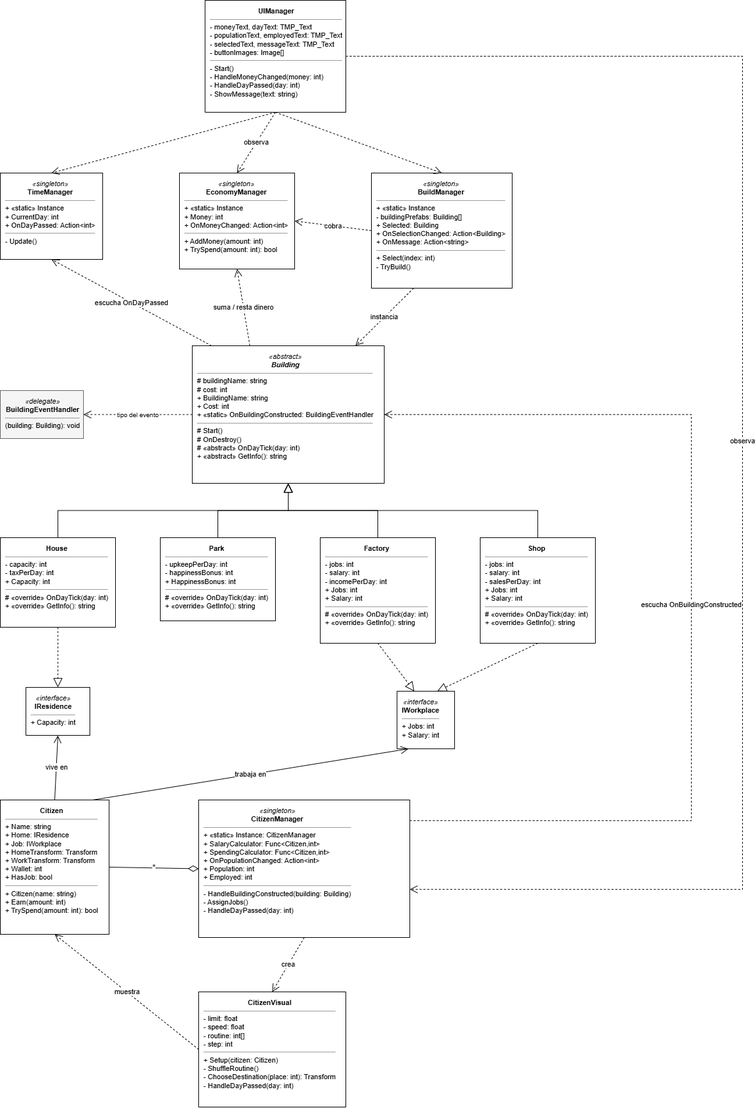
Earlier version of the draw.io export Docs/DIAGRAMA DE CLASES-EXAMEN INDIVIDUAL.drawio.png (JehuRodriguez/CitySim). Source tidied: cells renumbered, new cells last; positions are measured from the earlier drawing's top-left corner, leaving out a move shared by most shapes.
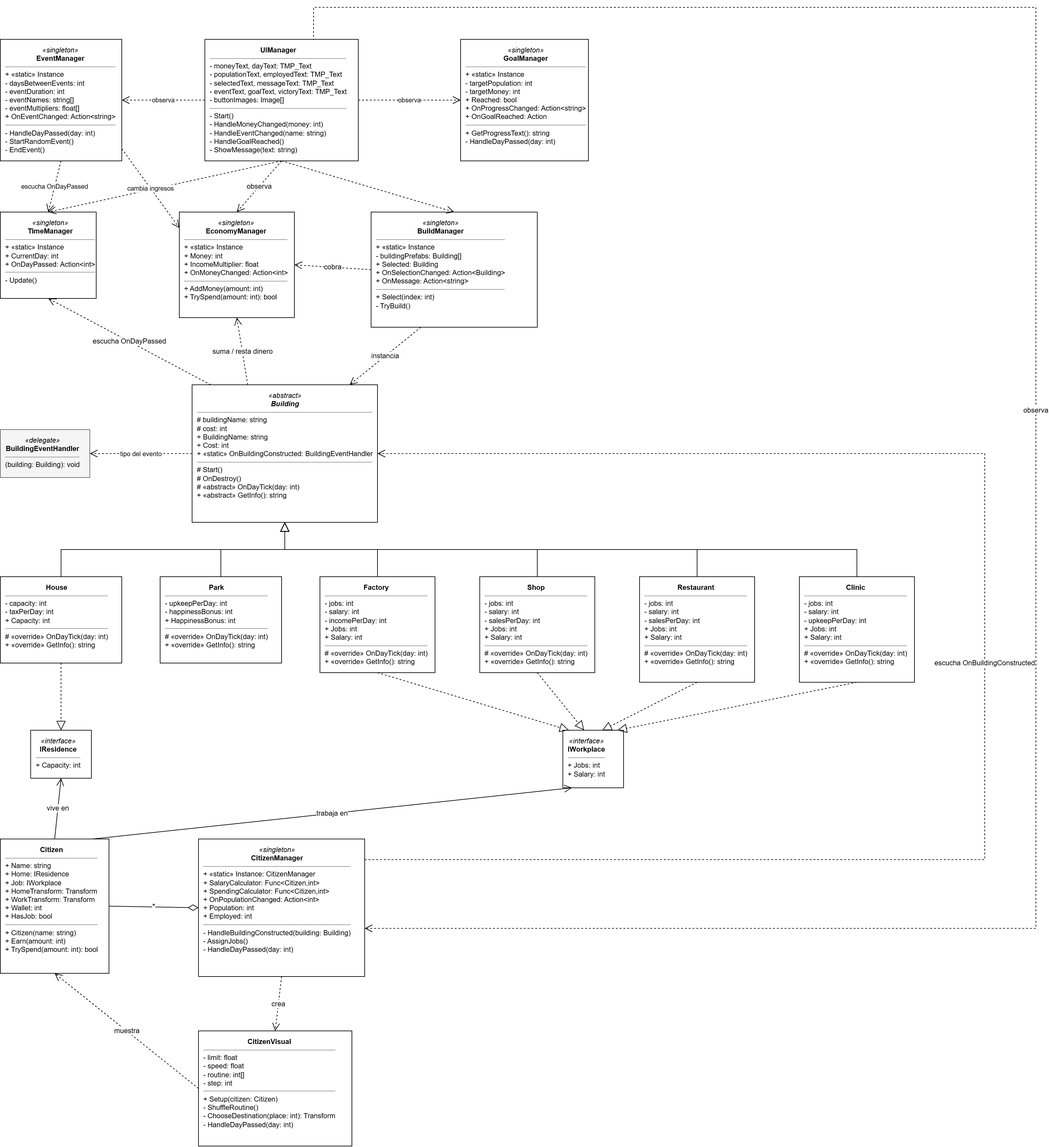
Later version of the same file.

Commit message:
docs: update class diagram and README

Diff of the diagram source:
```diff
@@ -2,50 +2,62 @@
   <root>
     <mxCell id="0" />
     <mxCell id="1" parent="0" />
-    <mxCell id="2" value="&lt;div style='text-align:center'&gt;&lt;b&gt;UIManager&lt;/b&gt;&lt;/div&gt;&lt;hr size='1'&gt;- moneyText, dayText: TMP_Text&lt;br&gt;- populationText, employedText: TMP_Text&lt;br&gt;- selectedText, messageText: TMP_Text&lt;br&gt;- buttonImages: Image[]&lt;hr size='1'&gt;- Start()&lt;br&gt;- HandleMoneyChanged(money: int)&lt;br&gt;- HandleDayPassed(day: int)&lt;br&gt;- ShowMessage(text: string)" style="rounded=0;whiteSpace=wrap;html=1;align=left;verticalAlign=top;spacingLeft=6;spacingTop=4;fontSize=11;" parent="1" vertex="1">
-      <mxGeometry x="320" width="220" height="175" as="geometry" />
+    <mxCell id="2" value="&lt;div style='text-align:center'&gt;&lt;b&gt;UIManager&lt;/b&gt;&lt;/div&gt;&lt;hr size='1'&gt;- moneyText, dayText: TMP_Text&lt;br&gt;- populationText, employedText: TMP_Text&lt;br&gt;- selectedText, messageText: TMP_Text&lt;br&gt;- eventText, goalText, victoryText: TMP_Text&lt;br&gt;- buttonImages: Image[]&lt;hr size='1'&gt;- Start()&lt;br&gt;- HandleMoneyChanged(money: int)&lt;br&gt;- HandleEventChanged(name: string)&lt;br&gt;- HandleGoalReached()&lt;br&gt;- ShowMessage(text: string)" style="rounded=0;whiteSpace=wrap;html=1;align=left;verticalAlign=top;spacingLeft=6;spacingTop=4;fontSize=11;" parent="1" vertex="1">
+      <mxGeometry x="320" width="240" height="190" as="geometry" />
     </mxCell>
+    <mxCell id="39" value="&lt;div style='text-align:center'&gt;&lt;i&gt;«singleton»&lt;/i&gt;&lt;br&gt;&lt;b&gt;EventManager&lt;/b&gt;&lt;/div&gt;&lt;hr size='1'&gt;+ «static» Instance&lt;br&gt;- daysBetweenEvents: int&lt;br&gt;- eventDuration: int&lt;br&gt;- eventNames: string[]&lt;br&gt;- eventMultipliers: float[]&lt;br&gt;+ OnEventChanged: Action&amp;lt;string&amp;gt;&lt;hr size='1'&gt;- HandleDayPassed(day: int)&lt;br&gt;- StartRandomEvent()&lt;br&gt;- EndEvent()" style="rounded=0;whiteSpace=wrap;html=1;align=left;verticalAlign=top;spacingLeft=6;spacingTop=4;fontSize=11;" parent="1" vertex="1">
+      <mxGeometry width="190" height="190" as="geometry" />
+    </mxCell>
+    <mxCell id="40" value="&lt;div style='text-align:center'&gt;&lt;i&gt;«singleton»&lt;/i&gt;&lt;br&gt;&lt;b&gt;GoalManager&lt;/b&gt;&lt;/div&gt;&lt;hr size='1'&gt;+ «static» Instance&lt;br&gt;- targetPopulation: int&lt;br&gt;- targetMoney: int&lt;br&gt;+ Reached: bool&lt;br&gt;+ OnProgressChanged: Action&amp;lt;string&amp;gt;&lt;br&gt;+ OnGoalReached: Action&lt;hr size='1'&gt;+ GetProgressText(): string&lt;br&gt;- HandleDayPassed(day: int)" style="rounded=0;whiteSpace=wrap;html=1;align=left;verticalAlign=top;spacingLeft=6;spacingTop=4;fontSize=11;" parent="1" vertex="1">
+      <mxGeometry x="720" width="200" height="190" as="geometry" />
+    </mxCell>
     <mxCell id="3" value="&lt;div style='text-align:center'&gt;&lt;i&gt;«singleton»&lt;/i&gt;&lt;br&gt;&lt;b&gt;TimeManager&lt;/b&gt;&lt;/div&gt;&lt;hr size='1'&gt;+ «static» Instance&lt;br&gt;+ CurrentDay: int&lt;br&gt;+ OnDayPassed: Action&amp;lt;int&amp;gt;&lt;hr size='1'&gt;- Update()" style="rounded=0;whiteSpace=wrap;html=1;align=left;verticalAlign=top;spacingLeft=6;spacingTop=4;fontSize=11;" parent="1" vertex="1">
-      <mxGeometry y="270" width="160" height="135" as="geometry" />
+      <mxGeometry y="270" width="150" height="135" as="geometry" />
     </mxCell>
-    <mxCell id="4" value="&lt;div style='text-align:center'&gt;&lt;i&gt;«singleton»&lt;/i&gt;&lt;br&gt;&lt;b&gt;EconomyManager&lt;/b&gt;&lt;/div&gt;&lt;hr size='1'&gt;+ «static» Instance&lt;br&gt;+ Money: int&lt;br&gt;+ OnMoneyChanged: Action&amp;lt;int&amp;gt;&lt;hr size='1'&gt;+ AddMoney(amount: int)&lt;br&gt;+ TrySpend(amount: int): bool" style="rounded=0;whiteSpace=wrap;html=1;align=left;verticalAlign=top;spacingLeft=6;spacingTop=4;fontSize=11;" parent="1" vertex="1">
-      <mxGeometry x="280" y="270" width="180" height="150" as="geometry" />
+    <mxCell id="4" value="&lt;div style='text-align:center'&gt;&lt;i&gt;«singleton»&lt;/i&gt;&lt;br&gt;&lt;b&gt;EconomyManager&lt;/b&gt;&lt;/div&gt;&lt;hr size='1'&gt;+ «static» Instance&lt;br&gt;+ Money: int&lt;br&gt;+ IncomeMultiplier: float&lt;br&gt;+ OnMoneyChanged: Action&amp;lt;int&amp;gt;&lt;hr size='1'&gt;+ AddMoney(amount: int)&lt;br&gt;+ TrySpend(amount: int): bool" style="rounded=0;whiteSpace=wrap;html=1;align=left;verticalAlign=top;spacingLeft=6;spacingTop=4;fontSize=11;" parent="1" vertex="1">
+      <mxGeometry x="280" y="270" width="180" height="165" as="geometry" />
     </mxCell>
     <mxCell id="5" value="&lt;div style='text-align:center'&gt;&lt;i&gt;«singleton»&lt;/i&gt;&lt;br&gt;&lt;b&gt;BuildManager&lt;/b&gt;&lt;/div&gt;&lt;hr size='1'&gt;+ «static» Instance&lt;br&gt;- buildingPrefabs: Building[]&lt;br&gt;+ Selected: Building&lt;br&gt;+ OnSelectionChanged: Action&amp;lt;Building&amp;gt;&lt;br&gt;+ OnMessage: Action&amp;lt;string&amp;gt;&lt;hr size='1'&gt;+ Select(index: int)&lt;br&gt;- TryBuild()" style="rounded=0;whiteSpace=wrap;html=1;align=left;verticalAlign=top;spacingLeft=6;spacingTop=4;fontSize=11;" parent="1" vertex="1">
-      <mxGeometry x="580" y="270" width="220" height="180" as="geometry" />
+      <mxGeometry x="580" y="270" width="260" height="180" as="geometry" />
     </mxCell>
     <mxCell id="6" value="&lt;div style='text-align:center'&gt;&lt;i&gt;«delegate»&lt;/i&gt;&lt;br&gt;&lt;b&gt;BuildingEventHandler&lt;/b&gt;&lt;/div&gt;&lt;hr size='1'&gt;(building: Building): void" style="rounded=0;whiteSpace=wrap;html=1;align=left;verticalAlign=top;spacingLeft=6;spacingTop=4;fontSize=11;fillColor=#f5f5f5;strokeColor=#666666;" parent="1" vertex="1">
-      <mxGeometry y="610" width="130" height="75" as="geometry" />
+      <mxGeometry y="610" width="140" height="75" as="geometry" />
     </mxCell>
     <mxCell id="7" value="&lt;div style='text-align:center'&gt;&lt;i&gt;«abstract»&lt;/i&gt;&lt;br&gt;&lt;b&gt;&lt;i&gt;Building&lt;/i&gt;&lt;/b&gt;&lt;/div&gt;&lt;hr size='1'&gt;# buildingName: string&lt;br&gt;# cost: int&lt;br&gt;+ BuildingName: string&lt;br&gt;+ Cost: int&lt;br&gt;+ «static» OnBuildingConstructed: BuildingEventHandler&lt;hr size='1'&gt;# Start()&lt;br&gt;# OnDestroy()&lt;br&gt;# «abstract» OnDayTick(day: int)&lt;br&gt;+ «abstract» GetInfo(): string" style="rounded=0;whiteSpace=wrap;html=1;align=left;verticalAlign=top;spacingLeft=6;spacingTop=4;fontSize=11;" parent="1" vertex="1">
-      <mxGeometry x="300" y="540" width="300" height="215" as="geometry" />
+      <mxGeometry x="300" y="540" width="290" height="215" as="geometry" />
     </mxCell>
     <mxCell id="8" value="&lt;div style='text-align:center'&gt;&lt;b&gt;House&lt;/b&gt;&lt;/div&gt;&lt;hr size='1'&gt;- capacity: int&lt;br&gt;- taxPerDay: int&lt;br&gt;+ Capacity: int&lt;hr size='1'&gt;# «override» OnDayTick(day: int)&lt;br&gt;+ «override» GetInfo(): string" style="rounded=0;whiteSpace=wrap;html=1;align=left;verticalAlign=top;spacingLeft=6;spacingTop=4;fontSize=11;" parent="1" vertex="1">
-      <mxGeometry y="840" width="180" height="140" as="geometry" />
+      <mxGeometry y="840" width="190" height="135" as="geometry" />
     </mxCell>
     <mxCell id="9" value="&lt;div style='text-align:center'&gt;&lt;b&gt;Park&lt;/b&gt;&lt;/div&gt;&lt;hr size='1'&gt;- upkeepPerDay: int&lt;br&gt;- happinessBonus: int&lt;br&gt;+ HappinessBonus: int&lt;hr size='1'&gt;# «override» OnDayTick(day: int)&lt;br&gt;+ «override» GetInfo(): string" style="rounded=0;whiteSpace=wrap;html=1;align=left;verticalAlign=top;spacingLeft=6;spacingTop=4;fontSize=11;" parent="1" vertex="1">
-      <mxGeometry x="250" y="840" width="180" height="130" as="geometry" />
+      <mxGeometry x="250" y="840" width="190" height="135" as="geometry" />
     </mxCell>
     <mxCell id="10" value="&lt;div style='text-align:center'&gt;&lt;b&gt;Factory&lt;/b&gt;&lt;/div&gt;&lt;hr size='1'&gt;- jobs: int&lt;br&gt;- salary: int&lt;br&gt;- incomePerDay: int&lt;br&gt;+ Jobs: int&lt;br&gt;+ Salary: int&lt;hr size='1'&gt;# «override» OnDayTick(day: int)&lt;br&gt;+ «override» GetInfo(): string" style="rounded=0;whiteSpace=wrap;html=1;align=left;verticalAlign=top;spacingLeft=6;spacingTop=4;fontSize=11;" parent="1" vertex="1">
-      <mxGeometry x="500" y="840" width="180" height="165" as="geometry" />
+      <mxGeometry x="500" y="840" width="180" height="150" as="geometry" />
     </mxCell>
     <mxCell id="11" value="&lt;div style='text-align:center'&gt;&lt;b&gt;Shop&lt;/b&gt;&lt;/div&gt;&lt;hr size='1'&gt;- jobs: int&lt;br&gt;- salary: int&lt;br&gt;- salesPerDay: int&lt;br&gt;+ Jobs: int&lt;br&gt;+ Salary: int&lt;hr size='1'&gt;# «override» OnDayTick(day: int)&lt;br&gt;+ «override» GetInfo(): string" style="rounded=0;whiteSpace=wrap;html=1;align=left;verticalAlign=top;spacingLeft=6;spacingTop=4;fontSize=11;" parent="1" vertex="1">
-      <mxGeometry x="750" y="840" width="180" height="165" as="geometry" />
+      <mxGeometry x="750" y="840" width="180" height="150" as="geometry" />
     </mxCell>
+    <mxCell id="41" value="&lt;div style='text-align:center'&gt;&lt;b&gt;Restaurant&lt;/b&gt;&lt;/div&gt;&lt;hr size='1'&gt;- jobs: int&lt;br&gt;- salary: int&lt;br&gt;- salesPerDay: int&lt;br&gt;+ Jobs: int&lt;br&gt;+ Salary: int&lt;hr size='1'&gt;# «override» OnDayTick(day: int)&lt;br&gt;+ «override» GetInfo(): string" style="rounded=0;whiteSpace=wrap;html=1;align=left;verticalAlign=top;spacingLeft=6;spacingTop=4;fontSize=11;" parent="1" vertex="1">
+      <mxGeometry x="1000" y="840" width="180" height="165" as="geometry" />
+    </mxCell>
+    <mxCell id="42" value="&lt;div style='text-align:center'&gt;&lt;b&gt;Clinic&lt;/b&gt;&lt;/div&gt;&lt;hr size='1'&gt;- jobs: int&lt;br&gt;- salary: int&lt;br&gt;- upkeepPerDay: int&lt;br&gt;+ Jobs: int&lt;br&gt;+ Salary: int&lt;hr size='1'&gt;# «override» OnDayTick(day: int)&lt;br&gt;+ «override» GetInfo(): string" style="rounded=0;whiteSpace=wrap;html=1;align=left;verticalAlign=top;spacingLeft=6;spacingTop=4;fontSize=11;" parent="1" vertex="1">
+      <mxGeometry x="1250" y="840" width="180" height="165" as="geometry" />
+    </mxCell>
     <mxCell id="12" value="&lt;div style='text-align:center'&gt;&lt;i&gt;«interface»&lt;/i&gt;&lt;br&gt;&lt;b&gt;IResidence&lt;/b&gt;&lt;/div&gt;&lt;hr size='1'&gt;+ Capacity: int" style="rounded=0;whiteSpace=wrap;html=1;align=left;verticalAlign=top;spacingLeft=6;spacingTop=4;fontSize=11;" parent="1" vertex="1">
-      <mxGeometry x="40" y="1074" width="100" height="75" as="geometry" />
+      <mxGeometry x="47.5" y="1080" width="95" height="75" as="geometry" />
     </mxCell>
     <mxCell id="13" value="&lt;div style='text-align:center'&gt;&lt;i&gt;«interface»&lt;/i&gt;&lt;br&gt;&lt;b&gt;IWorkplace&lt;/b&gt;&lt;/div&gt;&lt;hr size='1'&gt;+ Jobs: int&lt;br&gt;+ Salary: int" style="rounded=0;whiteSpace=wrap;html=1;align=left;verticalAlign=top;spacingLeft=6;spacingTop=4;fontSize=11;" parent="1" vertex="1">
-      <mxGeometry x="620" y="1080" width="90" height="90" as="geometry" />
+      <mxGeometry x="880" y="1080" width="95" height="90" as="geometry" />
     </mxCell>
     <mxCell id="14" value="&lt;div style='text-align:center'&gt;&lt;b&gt;Citizen&lt;/b&gt;&lt;/div&gt;&lt;hr size='1'&gt;+ Name: string&lt;br&gt;+ Home: IResidence&lt;br&gt;+ Job: IWorkplace&lt;br&gt;+ HomeTransform: Transform&lt;br&gt;+ WorkTransform: Transform&lt;br&gt;+ Wallet: int&lt;br&gt;+ HasJob: bool&lt;hr size='1'&gt;+ Citizen(name: string)&lt;br&gt;+ Earn(amount: int)&lt;br&gt;+ TrySpend(amount: int): bool" style="rounded=0;whiteSpace=wrap;html=1;align=left;verticalAlign=top;spacingLeft=6;spacingTop=4;fontSize=11;" parent="1" vertex="1">
       <mxGeometry y="1250" width="170" height="210" as="geometry" />
     </mxCell>
     <mxCell id="15" value="&lt;div style='text-align:center'&gt;&lt;i&gt;«singleton»&lt;/i&gt;&lt;br&gt;&lt;b&gt;CitizenManager&lt;/b&gt;&lt;/div&gt;&lt;hr size='1'&gt;+ «static» Instance: CitizenManager&lt;br&gt;+ SalaryCalculator: Func&amp;lt;Citizen,int&amp;gt;&lt;br&gt;+ SpendingCalculator: Func&amp;lt;Citizen,int&amp;gt;&lt;br&gt;+ OnPopulationChanged: Action&amp;lt;int&amp;gt;&lt;br&gt;+ Population: int&lt;br&gt;+ Employed: int&lt;hr size='1'&gt;- HandleBuildingConstructed(building: Building)&lt;br&gt;- AssignJobs()&lt;br&gt;- HandleDayPassed(day: int)" style="rounded=0;whiteSpace=wrap;html=1;align=left;verticalAlign=top;spacingLeft=6;spacingTop=4;fontSize=11;" parent="1" vertex="1">
-      <mxGeometry x="310" y="1250" width="330" height="215" as="geometry" />
+      <mxGeometry x="310" y="1250" width="260" height="215" as="geometry" />
     </mxCell>
     <mxCell id="16" value="&lt;div style='text-align:center'&gt;&lt;b&gt;CitizenVisual&lt;/b&gt;&lt;/div&gt;&lt;hr size='1'&gt;- limit: float&lt;br&gt;- speed: float&lt;br&gt;- routine: int[]&lt;br&gt;- step: int&lt;hr size='1'&gt;+ Setup(citizen: Citizen)&lt;br&gt;- ShuffleRoutine()&lt;br&gt;- ChooseDestination(place: int): Transform&lt;br&gt;- HandleDayPassed(day: int)" style="rounded=0;whiteSpace=wrap;html=1;align=left;verticalAlign=top;spacingLeft=6;spacingTop=4;fontSize=11;" parent="1" vertex="1">
-      <mxGeometry x="310" y="1550" width="230" height="180" as="geometry" />
+      <mxGeometry x="310" y="1550" width="240" height="180" as="geometry" />
     </mxCell>
     <mxCell id="17" style="edgeStyle=orthogonalEdgeStyle;rounded=0;html=1;endArrow=block;endFill=0;endSize=12;exitX=0.5;exitY=0;entryX=0.5;entryY=1;" parent="1" edge="1" source="8" target="7">
       <mxGeometry relative="1" as="geometry" />
@@ -59,19 +71,31 @@
     <mxCell id="20" style="edgeStyle=orthogonalEdgeStyle;rounded=0;html=1;endArrow=block;endFill=0;endSize=12;exitX=0.5;exitY=0;entryX=0.5;entryY=1;" parent="1" edge="1" source="11" target="7">
       <mxGeometry relative="1" as="geometry" />
     </mxCell>
+    <mxCell id="43" style="edgeStyle=orthogonalEdgeStyle;rounded=0;html=1;endArrow=block;endFill=0;endSize=12;exitX=0.5;exitY=0;entryX=0.5;entryY=1;" parent="1" edge="1" source="41" target="7">
+      <mxGeometry relative="1" as="geometry" />
+    </mxCell>
+    <mxCell id="44" style="edgeStyle=orthogonalEdgeStyle;rounded=0;html=1;endArrow=block;endFill=0;endSize=12;exitX=0.5;exitY=0;entryX=0.5;entryY=1;" parent="1" edge="1" source="42" target="7">
+      <mxGeometry relative="1" as="geometry" />
+    </mxCell>
     <mxCell id="21" style="rounded=0;html=1;endArrow=block;endFill=0;endSize=12;dashed=1;exitX=0.5;exitY=1;entryX=0.5;entryY=0;" parent="1" edge="1" source="8" target="12">
       <mxGeometry relative="1" as="geometry" />
     </mxCell>
-    <mxCell id="22" style="rounded=0;html=1;endArrow=block;endFill=0;endSize=12;dashed=1;exitX=0.5;exitY=1;entryX=0.3;entryY=0;" parent="1" edge="1" source="10" target="13">
+    <mxCell id="22" style="rounded=0;html=1;endArrow=block;endFill=0;endSize=12;dashed=1;exitX=0.5;exitY=1;entryX=0.1;entryY=0;" parent="1" edge="1" source="10" target="13">
       <mxGeometry relative="1" as="geometry" />
     </mxCell>
-    <mxCell id="23" style="rounded=0;html=1;endArrow=block;endFill=0;endSize=12;dashed=1;exitX=0.5;exitY=1;entryX=0.7;entryY=0;" parent="1" edge="1" source="11" target="13">
+    <mxCell id="23" style="rounded=0;html=1;endArrow=block;endFill=0;endSize=12;dashed=1;exitX=0.5;exitY=1;entryX=0.35;entryY=0;" parent="1" edge="1" source="11" target="13">
       <mxGeometry relative="1" as="geometry" />
     </mxCell>
+    <mxCell id="45" style="rounded=0;html=1;endArrow=block;endFill=0;endSize=12;dashed=1;exitX=0.5;exitY=1;entryX=0.65;entryY=0;" parent="1" edge="1" source="41" target="13">
+      <mxGeometry relative="1" as="geometry" />
+    </mxCell>
+    <mxCell id="46" style="rounded=0;html=1;endArrow=block;endFill=0;endSize=12;dashed=1;exitX=0.5;exitY=1;entryX=0.9;entryY=0;" parent="1" edge="1" source="42" target="13">
+      <mxGeometry relative="1" as="geometry" />
+    </mxCell>
     <mxCell id="24" value="vive en" style="rounded=0;html=1;endArrow=open;endSize=10;fontSize=11;labelBackgroundColor=#ffffff;exitX=0.5;exitY=0;entryX=0.5;entryY=1;" parent="1" edge="1" source="14" target="12">
       <mxGeometry relative="1" as="geometry" />
     </mxCell>
-    <mxCell id="25" value="trabaja en" style="rounded=0;html=1;endArrow=open;endSize=10;fontSize=11;labelBackgroundColor=#ffffff;exitX=0.85;exitY=0;entryX=0.2;entryY=1;" parent="1" edge="1" source="14" target="13">
+    <mxCell id="25" value="trabaja en" style="rounded=0;html=1;endArrow=open;endSize=10;fontSize=11;labelBackgroundColor=#ffffff;exitX=0.85;exitY=0;entryX=0.15;entryY=1;" parent="1" edge="1" source="14" target="13">
       <mxGeometry relative="1" as="geometry" />
     </mxCell>
     <mxCell id="26" value="*" style="rounded=0;html=1;startArrow=diamondThin;startFill=0;startSize=14;endArrow=none;fontSize=12;labelBackgroundColor=#ffffff;exitX=0;exitY=0.5;entryX=1;entryY=0.5;" parent="1" edge="1" source="15" target="14">
@@ -86,16 +110,17 @@
     <mxCell id="29" value="escucha OnBuildingConstructed" style="edgeStyle=orthogonalEdgeStyle;rounded=0;html=1;endArrow=open;endSize=10;dashed=1;fontSize=11;labelBackgroundColor=#ffffff;exitX=1;exitY=0.15;entryX=1;entryY=0.5;" parent="1" edge="1" source="15" target="7">
       <mxGeometry relative="1" as="geometry">
         <Array as="points">
-          <mxPoint x="1080" y="1282" />
-          <mxPoint x="1080" y="647" />
+          <mxPoint x="1540" y="1282" />
+          <mxPoint x="1540" y="647" />
         </Array>
       </mxGeometry>
     </mxCell>
-    <mxCell id="30" value="observa" style="edgeStyle=orthogonalEdgeStyle;rounded=0;html=1;endArrow=open;endSize=10;dashed=1;fontSize=11;labelBackgroundColor=#ffffff;exitX=1;exitY=0.5;entryX=1;entryY=0.65;" parent="1" edge="1" source="2" target="15">
+    <mxCell id="30" value="observa" style="edgeStyle=orthogonalEdgeStyle;rounded=0;html=1;endArrow=open;endSize=10;dashed=1;fontSize=11;labelBackgroundColor=#ffffff;exitX=0.5;exitY=0;entryX=1;entryY=0.65;" parent="1" edge="1" source="2" target="15">
       <mxGeometry relative="1" as="geometry">
         <Array as="points">
-          <mxPoint x="1160" y="87" />
-          <mxPoint x="1160" y="1390" />
+          <mxPoint x="490" y="-50" />
+          <mxPoint x="1620" y="-50" />
+          <mxPoint x="1620" y="1390" />
         </Array>
       </mxGeometry>
     </mxCell>
@@ -108,6 +133,18 @@
     <mxCell id="33" style="rounded=0;html=1;endArrow=open;endSize=10;dashed=1;exitX=0.5;exitY=1;entryX=0.5;entryY=0;" parent="1" edge="1" source="2" target="5">
       <mxGeometry relative="1" as="geometry" />
     </mxCell>
+    <mxCell id="47" value="observa" style="rounded=0;html=1;endArrow=open;endSize=10;dashed=1;fontSize=10;labelBackgroundColor=#ffffff;exitX=0;exitY=0.5;entryX=1;entryY=0.5;" parent="1" edge="1" source="2" target="39">
+      <mxGeometry relative="1" as="geometry" />
+    </mxCell>
+    <mxCell id="48" value="observa" style="rounded=0;html=1;endArrow=open;endSize=10;dashed=1;fontSize=10;labelBackgroundColor=#ffffff;exitX=1;exitY=0.5;entryX=0;entryY=0.5;" parent="1" edge="1" source="2" target="40">
+      <mxGeometry relative="1" as="geometry" />
+    </mxCell>
+    <mxCell id="49" value="escucha OnDayPassed" style="rounded=0;html=1;endArrow=open;endSize=10;dashed=1;fontSize=10;labelBackgroundColor=#ffffff;exitX=0.5;exitY=1;entryX=0.5;entryY=0;" parent="1" edge="1" source="39" target="3">
+      <mxGeometry relative="1" as="geometry" />
+    </mxCell>
+    <mxCell id="50" value="cambia ingresos" style="rounded=0;html=1;endArrow=open;endSize=10;dashed=1;fontSize=10;labelBackgroundColor=#ffffff;exitX=1;exitY=0.9;entryX=0;entryY=0.15;" parent="1" edge="1" source="39" target="4">
+      <mxGeometry relative="1" as="geometry" />
+    </mxCell>
     <mxCell id="34" value="instancia" style="rounded=0;html=1;endArrow=open;endSize=10;dashed=1;fontSize=11;labelBackgroundColor=#ffffff;exitX=0.3;exitY=1;entryX=0.85;entryY=0;" parent="1" edge="1" source="5" target="7">
       <mxGeometry relative="1" as="geometry" />
     </mxCell>
```
